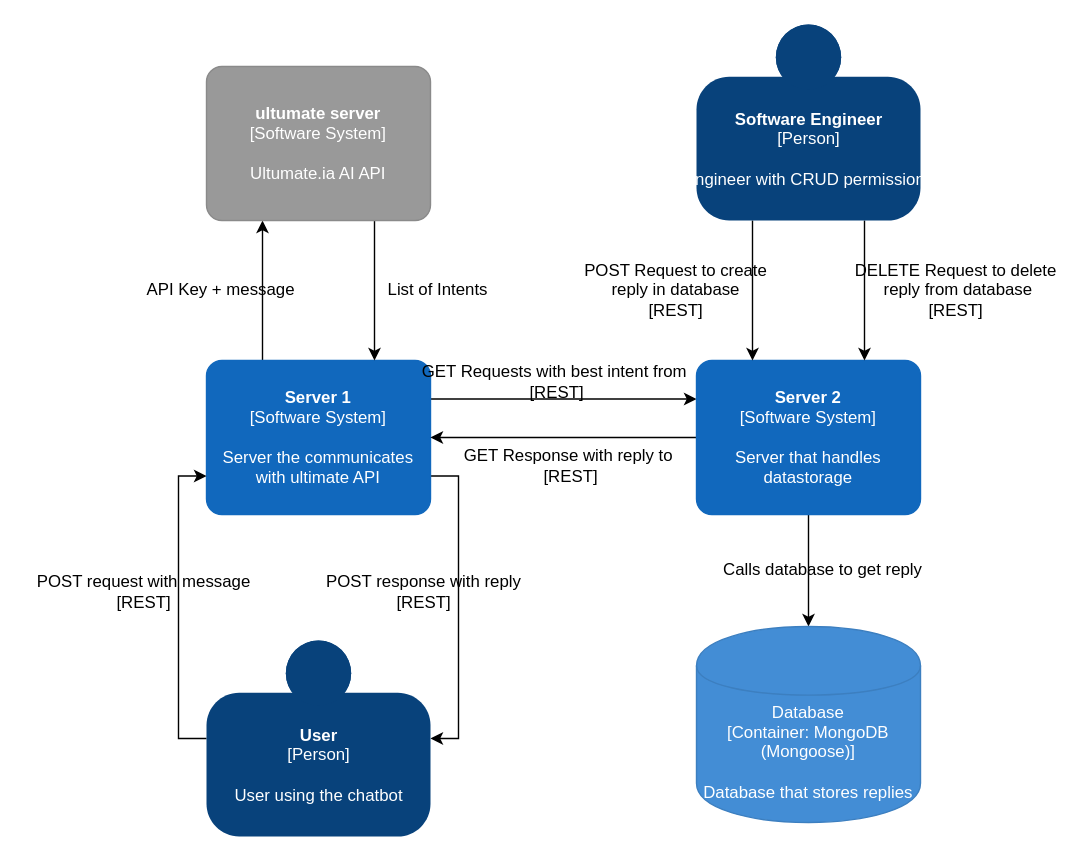
This is reference/architecture.drawio from EvsWorld/chatbot-1, a draw.io file, before an edit. Source tidied: cells renumbered, new cells numbered last; positions are measured from the earlier drawing's top-left corner, leaving out a move shared by most shapes. Both pictures are drawn from the tidied source at 140%, with x=0, y=0 at pixel (24, 24).
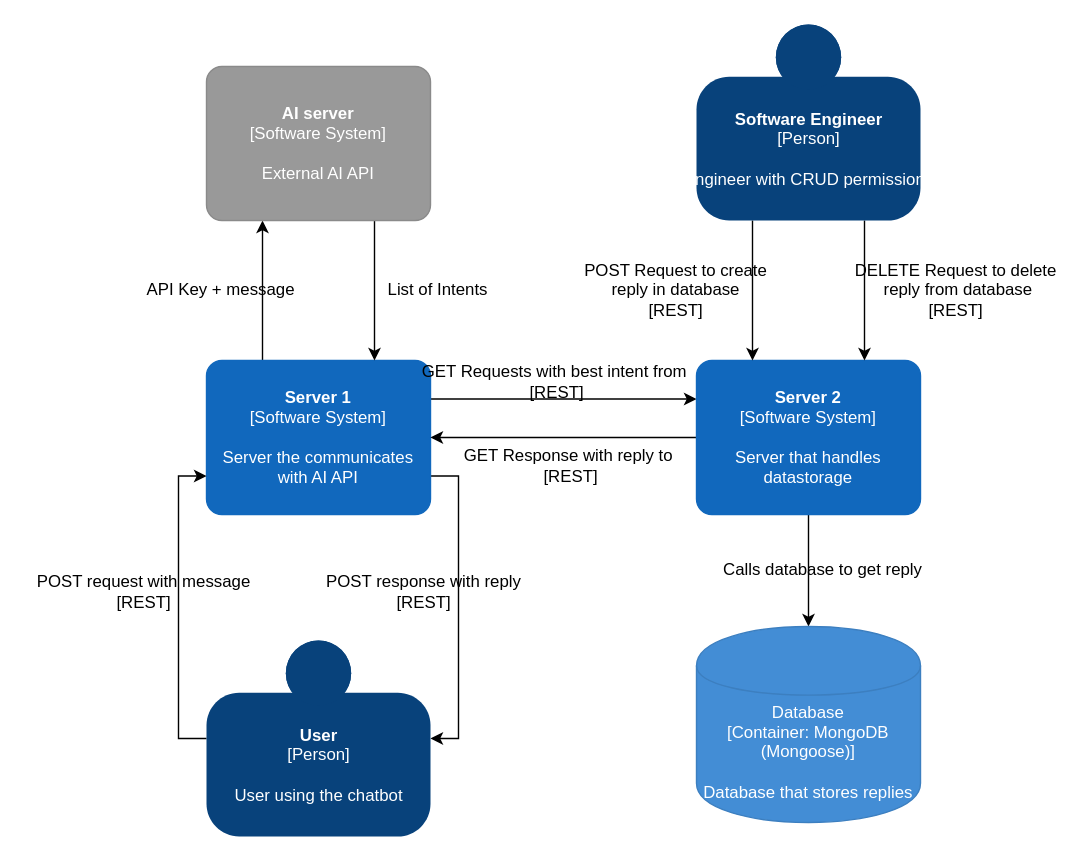
The same diagram, later.

Change to the diagram source:
```diff
@@
-    <object id="5" label="&lt;b&gt;%c4Name%&lt;/b&gt;&lt;div&gt;[%c4Type%]&lt;/div&gt;&lt;br&gt;&lt;div&gt;%c4Description%&lt;/div&gt;" c4Description="Server the communicates with ultimate API" c4Name="Server 1" c4Type="Software System" placeholders="1">
+    <object id="5" label="&lt;b&gt;%c4Name%&lt;/b&gt;&lt;div&gt;[%c4Type%]&lt;/div&gt;&lt;br&gt;&lt;div&gt;%c4Description%&lt;/div&gt;" c4Description="Server the communicates with AI API" c4Name="Server 1" c4Type="Software System" placeholders="1">
       <mxCell style="rounded=1;whiteSpace=wrap;html=1;labelBackgroundColor=none;fillColor=#1168BD;fontColor=#ffffff;align=center;arcSize=10;strokeColor=#1168BD;metaData={&quot;c4Type&quot;:{&quot;editable&quot;:false}};points=[[0.25,0,0],[0.5,0,0],[0.75,0,0],[1,0.25,0],[1,0.5,0],[1,0.75,0],[0.75,1,0],[0.5,1,0],[0.25,1,0],[0,0.75,0],[0,0.5,0],[0,0.25,0]];" parent="1" vertex="1">
         <mxGeometry x="130" y="240" width="160" height="110" as="geometry" />
       </mxCell>
     </object>
@@
-    <object id="10" label="&lt;b&gt;%c4Name%&lt;/b&gt;&lt;div&gt;[%c4Type%]&lt;/div&gt;&lt;br&gt;&lt;div&gt;%c4Description%&lt;/div&gt;" c4Description="Ultumate.ia AI API" c4Name="ultumate server" c4Type="Software System" placeholders="1">
+    <object id="10" label="&lt;b&gt;%c4Name%&lt;/b&gt;&lt;div&gt;[%c4Type%]&lt;/div&gt;&lt;br&gt;&lt;div&gt;%c4Description%&lt;/div&gt;" c4Description="External AI API" c4Name="AI server" c4Type="Software System" placeholders="1">
       <mxCell style="rounded=1;whiteSpace=wrap;html=1;labelBackgroundColor=none;fillColor=#999999;fontColor=#ffffff;align=center;arcSize=10;strokeColor=#8A8A8A;metaData={&quot;c4Type&quot;:{&quot;editable&quot;:false}};points=[[0.25,0,0],[0.5,0,0],[0.75,0,0],[1,0.25,0],[1,0.5,0],[1,0.75,0],[0.75,1,0],[0.5,1,0],[0.25,1,0],[0,0.75,0],[0,0.5,0],[0,0.25,0]];" parent="1" vertex="1">
         <mxGeometry x="130" y="30" width="160" height="110" as="geometry" />
       </mxCell>
     </object>
```
